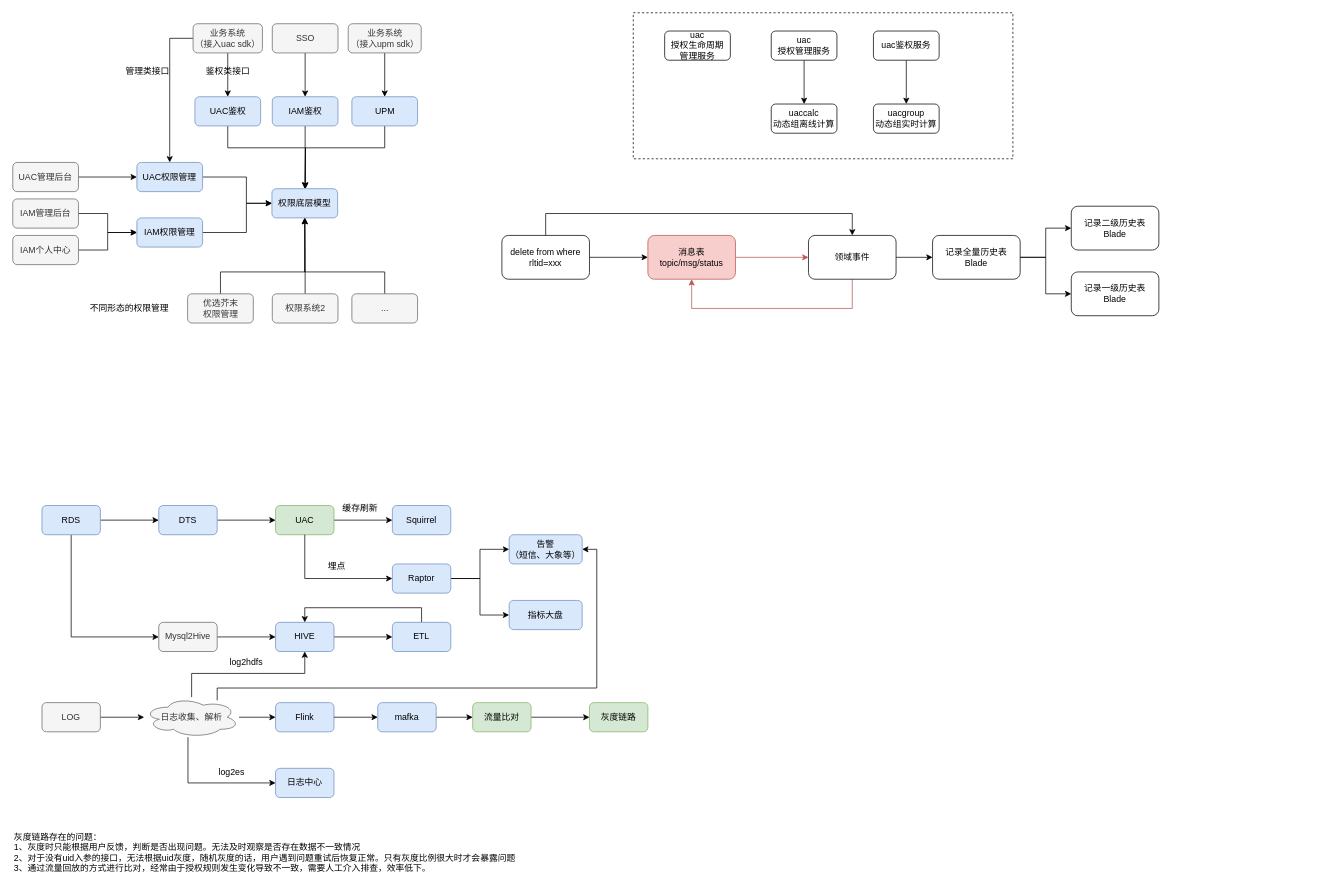
This is 架构.drawio from yamilinqh/spicedb, a draw.io file, before an edit. Source tidied: cells renumbered, new cells numbered last; positions are measured from the earlier drawing's top-left corner, leaving out a move shared by most shapes. Both pictures are drawn from the tidied source at 73%, with x=0, y=0 at pixel (12, 12).
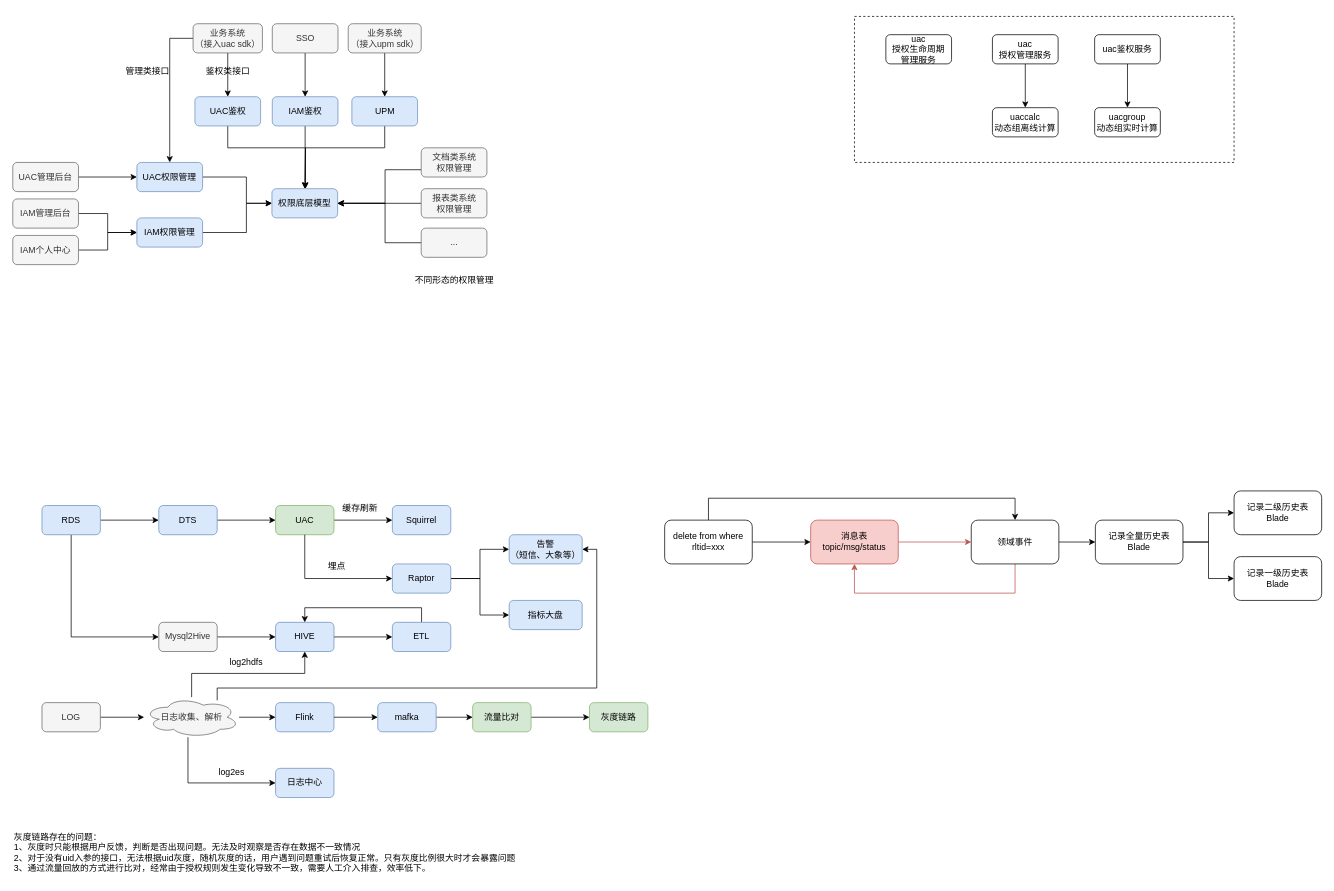
After the change.

Unchanged cells that the change refers to:
```xml
<mxCell id="43" value="权限底层模型" style="rounded=1;whiteSpace=wrap;html=1;fillColor=#dae8fc;strokeColor=#6c8ebf;" parent="1" vertex="1">
  <mxGeometry x="355" y="241" width="90" height="40" as="geometry" />
</mxCell>
```

Diff of the diagram source:
```diff
@@
     <mxCell id="2" style="rounded=0;whiteSpace=wrap;html=1;dashed=1;" parent="1" vertex="1">
-      <mxGeometry x="850" width="520" height="200" as="geometry" />
+      <mxGeometry x="1153" y="5" width="520" height="200" as="geometry" />
     </mxCell>
@@
     <mxCell id="56" value="uaccalc&lt;br&gt;动态组离线计算" style="rounded=1;whiteSpace=wrap;html=1;" parent="1" vertex="1">
-      <mxGeometry x="1039" y="125" width="90" height="40" as="geometry" />
+      <mxGeometry x="1342" y="130" width="90" height="40" as="geometry" />
     </mxCell>
     <mxCell id="57" value="uacgroup&lt;br&gt;动态组实时计算" style="rounded=1;whiteSpace=wrap;html=1;" parent="1" vertex="1">
-      <mxGeometry x="1179" y="125" width="90" height="40" as="geometry" />
+      <mxGeometry x="1482" y="130" width="90" height="40" as="geometry" />
     </mxCell>
@@
     <mxCell id="59" value="uac&lt;br&gt;授权管理服务" style="rounded=1;whiteSpace=wrap;html=1;" parent="1" vertex="1">
-      <mxGeometry x="1039" y="25" width="90" height="40" as="geometry" />
+      <mxGeometry x="1342" y="30" width="90" height="40" as="geometry" />
     </mxCell>
@@
     <mxCell id="61" value="uac鉴权服务" style="rounded=1;whiteSpace=wrap;html=1;" parent="1" vertex="1">
-      <mxGeometry x="1179" y="25" width="90" height="40" as="geometry" />
+      <mxGeometry x="1482" y="30" width="90" height="40" as="geometry" />
     </mxCell>
     <mxCell id="62" value="uac&lt;br&gt;授权生命周期&lt;br&gt;管理服务" style="rounded=1;whiteSpace=wrap;html=1;" parent="1" vertex="1">
-      <mxGeometry x="893" y="25" width="90" height="40" as="geometry" />
+      <mxGeometry x="1196" y="30" width="90" height="40" as="geometry" />
     </mxCell>
@@
     <mxCell id="77" style="edgeStyle=orthogonalEdgeStyle;rounded=0;jettySize=auto;html=1;" parent="1" edge="1" source="78" target="81">
       <mxGeometry relative="1" as="geometry">
         <Array as="points">
-          <mxPoint x="730" y="275" />
-          <mxPoint x="1150" y="275" />
+          <mxPoint x="953" y="665" />
+          <mxPoint x="1373" y="665" />
         </Array>
       </mxGeometry>
     </mxCell>
     <mxCell id="78" value="delete from where rltid=xxx" style="rounded=1;whiteSpace=wrap;html=1;" parent="1" vertex="1">
-      <mxGeometry x="670" y="305" width="120" height="60" as="geometry" />
+      <mxGeometry x="893" y="695" width="120" height="60" as="geometry" />
     </mxCell>
     <mxCell id="79" style="edgeStyle=orthogonalEdgeStyle;rounded=0;jettySize=auto;html=1;fillColor=#f8cecc;strokeColor=#b85450;" parent="1" edge="1" source="81" target="84">
       <mxGeometry relative="1" as="geometry">
         <Array as="points">
-          <mxPoint x="1150" y="405" />
-          <mxPoint x="930" y="405" />
+          <mxPoint x="1373" y="795" />
+          <mxPoint x="1153" y="795" />
         </Array>
       </mxGeometry>
     </mxCell>
@@
     <mxCell id="81" value="领域事件" style="rounded=1;whiteSpace=wrap;html=1;" parent="1" vertex="1">
-      <mxGeometry x="1090" y="305" width="120" height="60" as="geometry" />
+      <mxGeometry x="1313" y="695" width="120" height="60" as="geometry" />
     </mxCell>
     <mxCell id="82" value="记录二级历史表&lt;br&gt;Blade" style="rounded=1;whiteSpace=wrap;html=1;" parent="1" vertex="1">
-      <mxGeometry x="1450" y="265" width="120" height="60" as="geometry" />
+      <mxGeometry x="1673" y="655" width="120" height="60" as="geometry" />
     </mxCell>
@@
     <mxCell id="84" value="消息表&lt;br&gt;topic/msg/status" style="rounded=1;whiteSpace=wrap;html=1;fillColor=#f8cecc;strokeColor=#b85450;" parent="1" vertex="1">
-      <mxGeometry x="870" y="305" width="120" height="60" as="geometry" />
+      <mxGeometry x="1093" y="695" width="120" height="60" as="geometry" />
     </mxCell>
     <mxCell id="85" value="记录一级历史表&lt;br&gt;Blade" style="rounded=1;whiteSpace=wrap;html=1;" parent="1" vertex="1">
-      <mxGeometry x="1450" y="355" width="120" height="60" as="geometry" />
+      <mxGeometry x="1673" y="745" width="120" height="60" as="geometry" />
     </mxCell>
@@
     <mxCell id="88" value="记录全量历史表&lt;br&gt;Blade" style="rounded=1;whiteSpace=wrap;html=1;" parent="1" vertex="1">
-      <mxGeometry x="1260" y="305" width="120" height="60" as="geometry" />
+      <mxGeometry x="1483" y="695" width="120" height="60" as="geometry" />
     </mxCell>
@@
-    <mxCell id="90" value="权限系统2" style="rounded=1;whiteSpace=wrap;html=1;fillColor=#f5f5f5;strokeColor=#666666;fontColor=#333333;" parent="1" vertex="1">
-      <mxGeometry x="355.5" y="385" width="90" height="40" as="geometry" />
+    <mxCell id="90" value="报表类系统&lt;br&gt;权限管理" style="rounded=1;whiteSpace=wrap;html=1;fillColor=#f5f5f5;strokeColor=#666666;fontColor=#333333;" parent="1" vertex="1">
+      <mxGeometry x="559.5" y="241" width="90" height="40" as="geometry" />
     </mxCell>
     <mxCell id="91" style="edgeStyle=orthogonalEdgeStyle;rounded=0;jettySize=auto;html=1;" parent="1" edge="1" source="92" target="43">
       <mxGeometry relative="1" as="geometry">
         <Array as="points">
-          <mxPoint x="285" y="355" />
-          <mxPoint x="400" y="355" />
+          <mxPoint x="510" y="215" />
+          <mxPoint x="510" y="261" />
         </Array>
       </mxGeometry>
     </mxCell>
-    <mxCell id="92" value="优选芥末&lt;br&gt;权限管理" style="rounded=1;whiteSpace=wrap;html=1;fillColor=#f5f5f5;strokeColor=#666666;fontColor=#333333;" parent="1" vertex="1">
-      <mxGeometry x="239.5" y="385" width="90" height="40" as="geometry" />
+    <mxCell id="92" value="文档类系统&lt;br&gt;权限管理" style="rounded=1;whiteSpace=wrap;html=1;fillColor=#f5f5f5;strokeColor=#666666;fontColor=#333333;" parent="1" vertex="1">
+      <mxGeometry x="559.5" y="185" width="90" height="40" as="geometry" />
     </mxCell>
     <mxCell id="93" style="edgeStyle=orthogonalEdgeStyle;rounded=0;jettySize=auto;html=1;" parent="1" edge="1" source="94" target="43">
       <mxGeometry relative="1" as="geometry">
         <Array as="points">
-          <mxPoint x="510" y="355" />
-          <mxPoint x="400" y="355" />
+          <mxPoint x="510" y="315" />
+          <mxPoint x="510" y="261" />
         </Array>
       </mxGeometry>
     </mxCell>
     <mxCell id="94" value="..." style="rounded=1;whiteSpace=wrap;html=1;fillColor=#f5f5f5;strokeColor=#666666;fontColor=#333333;" parent="1" vertex="1">
-      <mxGeometry x="464.5" y="385" width="90" height="40" as="geometry" />
+      <mxGeometry x="559.5" y="295" width="90" height="40" as="geometry" />
     </mxCell>
     <mxCell id="95" value="不同形态的权限管理" style="text;html=1;align=center;verticalAlign=middle;whiteSpace=wrap;rounded=0;" parent="1" vertex="1">
-      <mxGeometry x="100" y="390" width="120" height="30" as="geometry" />
+      <mxGeometry x="544.5" y="351" width="120" height="30" as="geometry" />
     </mxCell>
```
